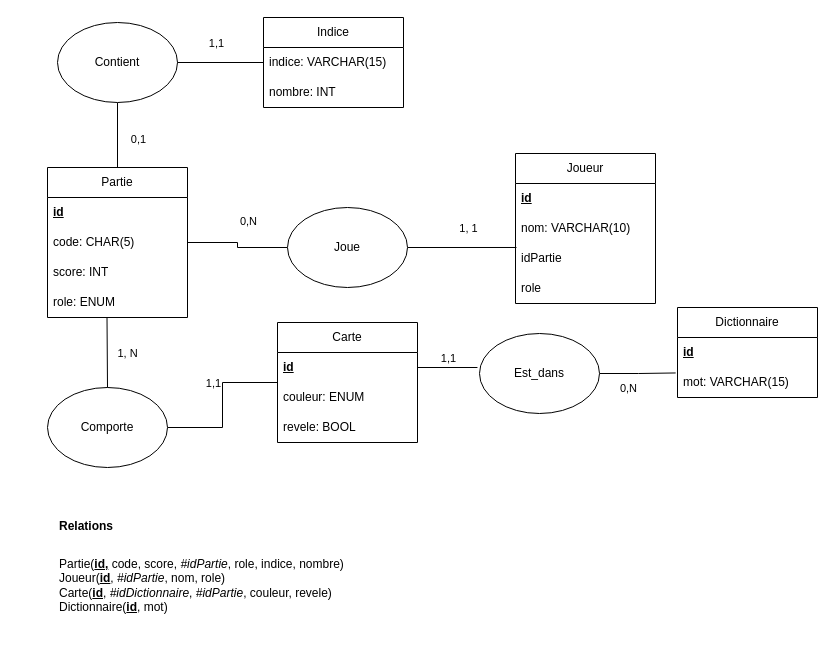
Above: polynames_bdd.drawio in GehuL/PolyNames (draw.io), before the change. Source tidied: cells renumbered, new cells numbered last; positions are measured from the earlier drawing's top-left corner, leaving out a move shared by most shapes. Both pictures are drawn from the tidied source at 100%, with x=0, y=0 at pixel (47, 17).
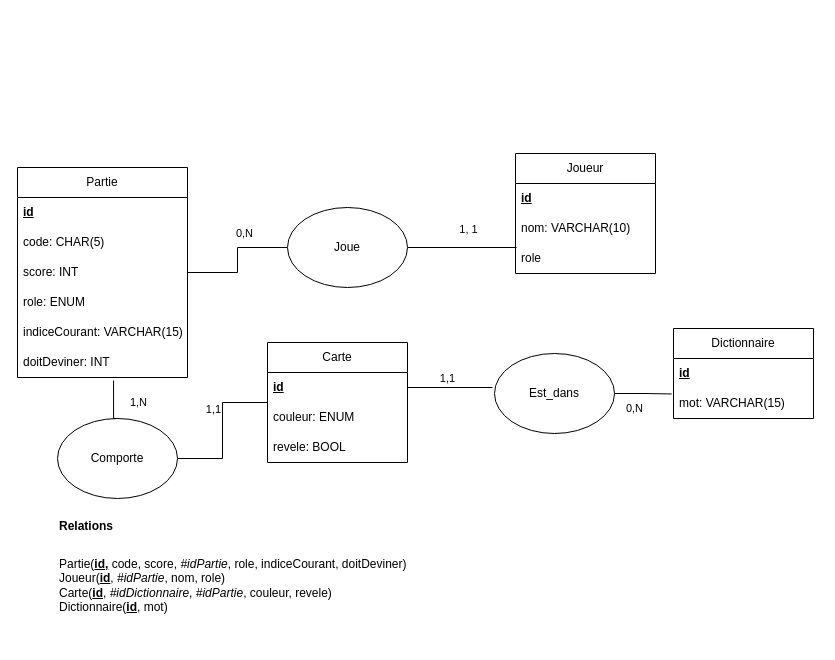
After the change.

Commit message (it also covers changes not shown here):
table indice retiré et mis dans partie

The change refers to these unchanged cells:
```xml
<mxCell id="31" value="Joue" style="ellipse;whiteSpace=wrap;html=1;" parent="1" vertex="1">
  <mxGeometry x="240" y="190" width="120" height="80" as="geometry" />
</mxCell>
```

Change to the diagram source:
```diff
@@
     <mxCell id="2" value="Carte" style="swimlane;fontStyle=0;horizontal=1;startSize=30;whiteSpace=wrap;html=1;" parent="1" vertex="1">
-      <mxGeometry x="230" y="305" width="140" height="120" as="geometry" />
+      <mxGeometry x="220" y="325" width="140" height="120" as="geometry" />
     </mxCell>
@@
     <mxCell id="6" value="Joueur" style="swimlane;fontStyle=0;horizontal=1;startSize=30;whiteSpace=wrap;html=1;" parent="1" vertex="1">
-      <mxGeometry x="468" y="136" width="140" height="150" as="geometry" />
+      <mxGeometry x="468" y="136" width="140" height="120" as="geometry" />
     </mxCell>
@@
-    <mxCell id="9" value="idPartie" style="text;strokeColor=none;fillColor=none;align=left;verticalAlign=middle;spacingLeft=4;spacingRight=4;overflow=hidden;points=[[0,0.5],[1,0.5]];portConstraint=eastwest;whiteSpace=wrap;html=1;" parent="6" vertex="1">
-      <mxGeometry y="90" width="140" height="30" as="geometry" />
-    </mxCell>
     <mxCell id="10" value="role" style="text;strokeColor=none;fillColor=none;align=left;verticalAlign=middle;spacingLeft=4;spacingRight=4;overflow=hidden;whiteSpace=wrap;html=1;" parent="6" vertex="1">
-      <mxGeometry y="120" width="140" height="30" as="geometry" />
+      <mxGeometry y="90" width="140" height="30" as="geometry" />
     </mxCell>
     <mxCell id="11" value="Dictionnaire" style="swimlane;fontStyle=0;horizontal=1;startSize=30;whiteSpace=wrap;html=1;" parent="1" vertex="1">
-      <mxGeometry x="630" y="290" width="140" height="90" as="geometry" />
+      <mxGeometry x="626" y="311" width="140" height="90" as="geometry" />
     </mxCell>
@@
     <mxCell id="14" value="Partie" style="swimlane;fontStyle=0;horizontal=1;startSize=30;whiteSpace=wrap;html=1;" parent="1" vertex="1">
-      <mxGeometry y="150" width="140" height="150" as="geometry" />
+      <mxGeometry x="-30" y="150" width="170" height="210" as="geometry" />
     </mxCell>
     <mxCell id="15" value="&lt;b&gt;&lt;u&gt;id&lt;/u&gt;&lt;/b&gt;" style="text;strokeColor=none;fillColor=none;align=left;verticalAlign=middle;spacingLeft=4;spacingRight=4;overflow=hidden;whiteSpace=wrap;html=1;" parent="14" vertex="1">
-      <mxGeometry y="30" width="140" height="30" as="geometry" />
+      <mxGeometry y="30" width="170" height="30" as="geometry" />
     </mxCell>
     <mxCell id="16" value="code: CHAR(5)" style="text;strokeColor=none;fillColor=none;align=left;verticalAlign=middle;spacingLeft=4;spacingRight=4;overflow=hidden;whiteSpace=wrap;html=1;" parent="14" vertex="1">
-      <mxGeometry y="60" width="140" height="30" as="geometry" />
+      <mxGeometry y="60" width="170" height="30" as="geometry" />
     </mxCell>
     <mxCell id="17" value="score: INT" style="text;strokeColor=none;fillColor=none;align=left;verticalAlign=middle;spacingLeft=4;spacingRight=4;overflow=hidden;whiteSpace=wrap;html=1;" parent="14" vertex="1">
-      <mxGeometry y="90" width="140" height="30" as="geometry" />
+      <mxGeometry y="90" width="170" height="30" as="geometry" />
     </mxCell>
     <mxCell id="18" value="role: ENUM" style="text;strokeColor=none;fillColor=none;align=left;verticalAlign=middle;spacingLeft=4;spacingRight=4;overflow=hidden;points=[[0,0.5],[1,0.5]];portConstraint=eastwest;whiteSpace=wrap;html=1;" parent="14" vertex="1">
-      <mxGeometry y="120" width="140" height="30" as="geometry" />
+      <mxGeometry y="120" width="170" height="30" as="geometry" />
     </mxCell>
+    <mxCell id="44" value="indiceCourant: VARCHAR(15)" style="text;strokeColor=none;fillColor=none;align=left;verticalAlign=middle;spacingLeft=4;spacingRight=4;overflow=hidden;whiteSpace=wrap;html=1;" parent="14" vertex="1">
+      <mxGeometry y="150" width="170" height="30" as="geometry" />
+    </mxCell>
+    <mxCell id="45" value="doitDeviner: INT" style="text;strokeColor=none;fillColor=none;align=left;verticalAlign=middle;spacingLeft=4;spacingRight=4;overflow=hidden;points=[[0,0.5],[1,0.5]];portConstraint=eastwest;whiteSpace=wrap;html=1;" parent="14" vertex="1">
+      <mxGeometry y="180" width="170" height="30" as="geometry" />
+    </mxCell>
@@
-    <mxCell id="22" value="Partie(&lt;u style=&quot;font-weight: bold;&quot;&gt;id,&lt;/u&gt;&amp;nbsp;code, score,&amp;nbsp;&lt;i&gt;#idPartie&lt;/i&gt;, role, indice, nombre)&lt;div&gt;&lt;div&gt;Joueur(&lt;b style=&quot;&quot;&gt;&lt;u&gt;id&lt;/u&gt;&lt;/b&gt;, &lt;i&gt;#idPartie&lt;/i&gt;, nom, role)&lt;/div&gt;&lt;div&gt;Carte(&lt;b&gt;&lt;u&gt;id&lt;/u&gt;&lt;/b&gt;, &lt;i&gt;#idDictionnaire&lt;/i&gt;, &lt;i&gt;#idPartie&lt;/i&gt;, couleur, revele)&lt;/div&gt;&lt;div&gt;Dictionnaire(&lt;b&gt;&lt;u&gt;id&lt;/u&gt;&lt;/b&gt;, mot)&lt;/div&gt;&lt;/div&gt;" style="text;html=1;align=left;verticalAlign=middle;whiteSpace=wrap;rounded=0;" parent="1" vertex="1">
-      <mxGeometry x="10" y="510" width="320" height="115" as="geometry" />
+    <mxCell id="22" value="Partie(&lt;u style=&quot;font-weight: bold;&quot;&gt;id,&lt;/u&gt;&amp;nbsp;code, score,&amp;nbsp;&lt;i&gt;#idPartie&lt;/i&gt;, role, indiceCourant, doitDeviner)&lt;div&gt;&lt;div&gt;Joueur(&lt;b style=&quot;&quot;&gt;&lt;u&gt;id&lt;/u&gt;&lt;/b&gt;, &lt;i&gt;#idPartie&lt;/i&gt;, nom, role)&lt;/div&gt;&lt;div&gt;Carte(&lt;b&gt;&lt;u&gt;id&lt;/u&gt;&lt;/b&gt;, &lt;i&gt;#idDictionnaire&lt;/i&gt;, &lt;i&gt;#idPartie&lt;/i&gt;, couleur, revele)&lt;/div&gt;&lt;div&gt;Dictionnaire(&lt;b&gt;&lt;u&gt;id&lt;/u&gt;&lt;/b&gt;, mot)&lt;/div&gt;&lt;/div&gt;" style="text;html=1;align=left;verticalAlign=middle;whiteSpace=wrap;rounded=0;" parent="1" vertex="1">
+      <mxGeometry x="10" y="510" width="450" height="115" as="geometry" />
     </mxCell>
@@
-    <mxCell id="29" style="edgeStyle=orthogonalEdgeStyle;rounded=0;jettySize=auto;html=1;entryX=0.007;entryY=0.133;entryDx=0;entryDy=0;entryPerimeter=0;startArrow=none;startFill=0;strokeColor=default;endArrow=none;endFill=0;exitX=1;exitY=0.5;exitDx=0;exitDy=0;" parent="1" edge="1" source="31" target="9">
-      <mxGeometry relative="1" as="geometry" />
+    <mxCell id="29" style="edgeStyle=orthogonalEdgeStyle;rounded=0;jettySize=auto;html=1;entryX=0.007;entryY=0.133;entryDx=0;entryDy=0;entryPerimeter=0;startArrow=none;startFill=0;strokeColor=default;endArrow=none;endFill=0;exitX=1;exitY=0.5;exitDx=0;exitDy=0;" parent="1" edge="1" source="31">
+      <mxGeometry relative="1" as="geometry">
+        <mxPoint x="469" y="230" as="targetPoint" />
+      </mxGeometry>
     </mxCell>
@@
     <mxCell id="32" value="Comporte" style="ellipse;whiteSpace=wrap;html=1;" parent="1" vertex="1">
-      <mxGeometry y="370" width="120" height="80" as="geometry" />
+      <mxGeometry x="10" y="401" width="120" height="80" as="geometry" />
     </mxCell>
     <mxCell id="33" value="Est_dans" style="ellipse;whiteSpace=wrap;html=1;" parent="1" vertex="1">
-      <mxGeometry x="432" y="316" width="120" height="80" as="geometry" />
+      <mxGeometry x="447" y="336" width="120" height="80" as="geometry" />
     </mxCell>
-    <mxCell id="34" value="Indice" style="swimlane;fontStyle=0;horizontal=1;startSize=30;whiteSpace=wrap;html=1;" parent="1" vertex="1">
-      <mxGeometry x="216" width="140" height="90" as="geometry" />
-    </mxCell>
-    <mxCell id="35" value="indice: VARCHAR(15)" style="text;strokeColor=none;fillColor=none;align=left;verticalAlign=middle;spacingLeft=4;spacingRight=4;overflow=hidden;points=[[0,0.5],[1,0.5]];portConstraint=eastwest;whiteSpace=wrap;html=1;" parent="34" vertex="1">
-      <mxGeometry y="30" width="140" height="30" as="geometry" />
-    </mxCell>
-    <mxCell id="36" value="nombre: INT" style="text;strokeColor=none;fillColor=none;align=left;verticalAlign=middle;spacingLeft=4;spacingRight=4;overflow=hidden;whiteSpace=wrap;html=1;" parent="34" vertex="1">
-      <mxGeometry y="60" width="140" height="30" as="geometry" />
-    </mxCell>
-    <mxCell id="37" style="edgeStyle=orthogonalEdgeStyle;rounded=0;jettySize=auto;html=1;exitX=0.5;exitY=1;exitDx=0;exitDy=0;entryX=0.5;entryY=0;entryDx=0;entryDy=0;endArrow=none;endFill=0;" parent="1" edge="1" source="39" target="14">
-      <mxGeometry relative="1" as="geometry" />
-    </mxCell>
-    <mxCell id="38" value="0,1" style="edgeLabel;html=1;align=center;verticalAlign=middle;" parent="37" vertex="1">
-      <mxGeometry x="0.1" y="-2" relative="1" as="geometry">
-        <mxPoint x="22" as="offset" />
-      </mxGeometry>
-    </mxCell>
-    <mxCell id="39" value="Contient" style="ellipse;whiteSpace=wrap;html=1;" parent="1" vertex="1">
-      <mxGeometry x="10" y="5" width="120" height="80" as="geometry" />
-    </mxCell>
-    <mxCell id="40" style="edgeStyle=orthogonalEdgeStyle;rounded=0;jettySize=auto;html=1;exitX=0;exitY=0.5;exitDx=0;exitDy=0;entryX=1;entryY=0.5;entryDx=0;entryDy=0;endArrow=none;endFill=0;" parent="1" edge="1" source="35" target="39">
-      <mxGeometry relative="1" as="geometry" />
-    </mxCell>
-    <mxCell id="41" value="1,1" style="edgeLabel;html=1;align=center;verticalAlign=middle;" parent="40" vertex="1">
-      <mxGeometry x="0.06" relative="1" as="geometry">
-        <mxPoint x="-2" y="-20" as="offset" />
-      </mxGeometry>
-    </mxCell>
-    <mxCell id="42" style="rounded=0;jettySize=auto;html=1;exitX=0.5;exitY=0;exitDx=0;exitDy=0;entryX=0.425;entryY=0.994;entryDx=0;entryDy=0;entryPerimeter=0;endArrow=none;endFill=0;" parent="1" edge="1" source="32" target="18">
-      <mxGeometry relative="1" as="geometry" />
-    </mxCell>
-    <mxCell id="43" value="1, N" style="edgeLabel;html=1;align=center;verticalAlign=middle;" parent="42" vertex="1">
-      <mxGeometry relative="1" as="geometry">
-        <mxPoint x="20" as="offset" />
-      </mxGeometry>
-    </mxCell>
+    <mxCell id="46" style="edgeStyle=orthogonalEdgeStyle;rounded=0;jettySize=auto;html=1;exitX=0.5;exitY=0;exitDx=0;exitDy=0;entryX=0.565;entryY=1.1;entryDx=0;entryDy=0;entryPerimeter=0;endArrow=none;endFill=0;" parent="1" edge="1" source="32" target="45">
+      <mxGeometry relative="1" as="geometry" />
+    </mxCell>
+    <mxCell id="47" value="1,N" style="edgeLabel;html=1;align=center;verticalAlign=middle;" parent="46" vertex="1">
+      <mxGeometry x="0.28" y="-5" relative="1" as="geometry">
+        <mxPoint x="19" y="7" as="offset" />
+      </mxGeometry>
+    </mxCell>
```
